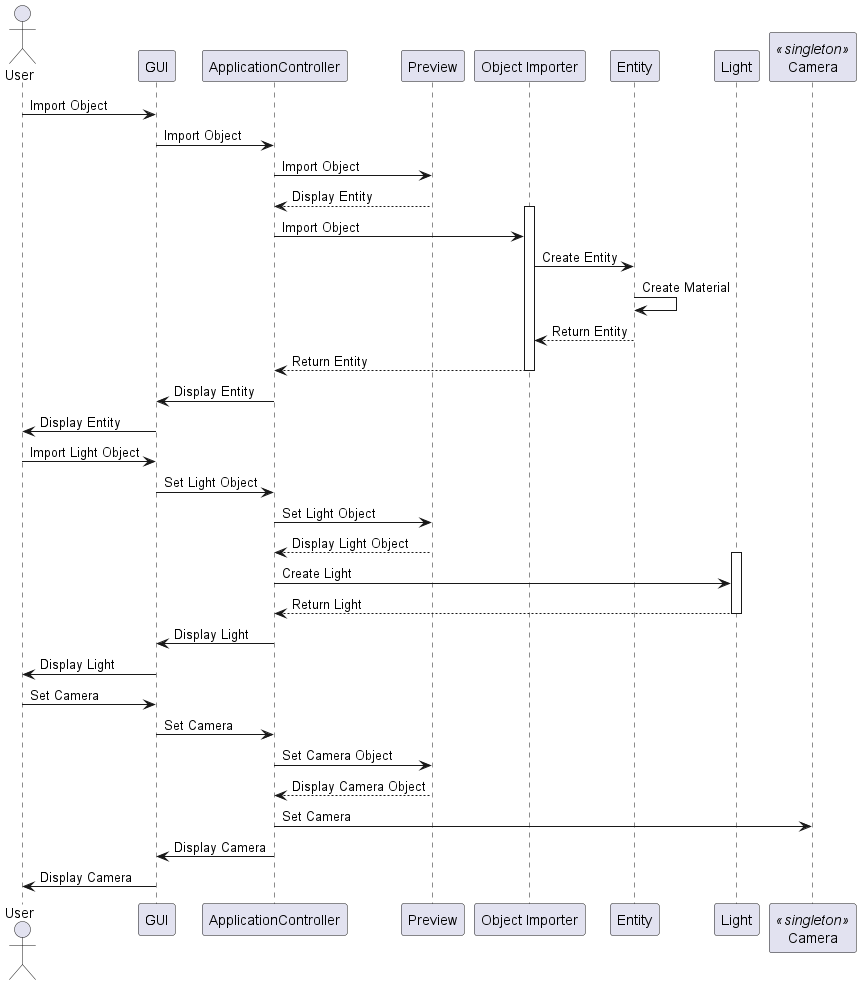
This is OTHER/dokumentation/UML Diagramme/Sequenzdiagramme/Import Sequenzdiagramm.png from LmaoPewPew/DNAIG, a PlantUML export, as it was before one commit.
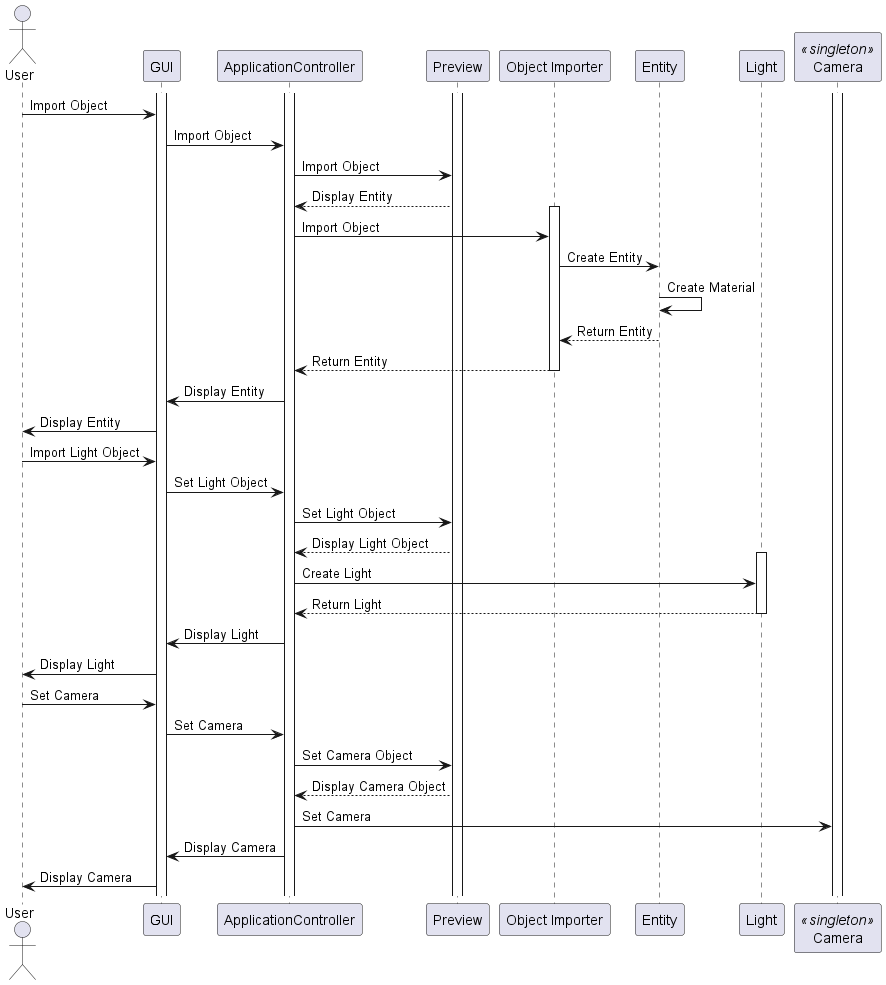
Above is the later version.

What changed in the source:
```diff
@@ -8,6 +8,12 @@
 participant "Entity" as Entity
 participant "Light" as Light
 participant "Camera" as Camera <<singleton>>
+
+activate ApplicationController
+activate GUI
+activate Preview
+activate Camera
+
 
 User -> GUI: Import Object
 GUI -> ApplicationController: Import Object
```
